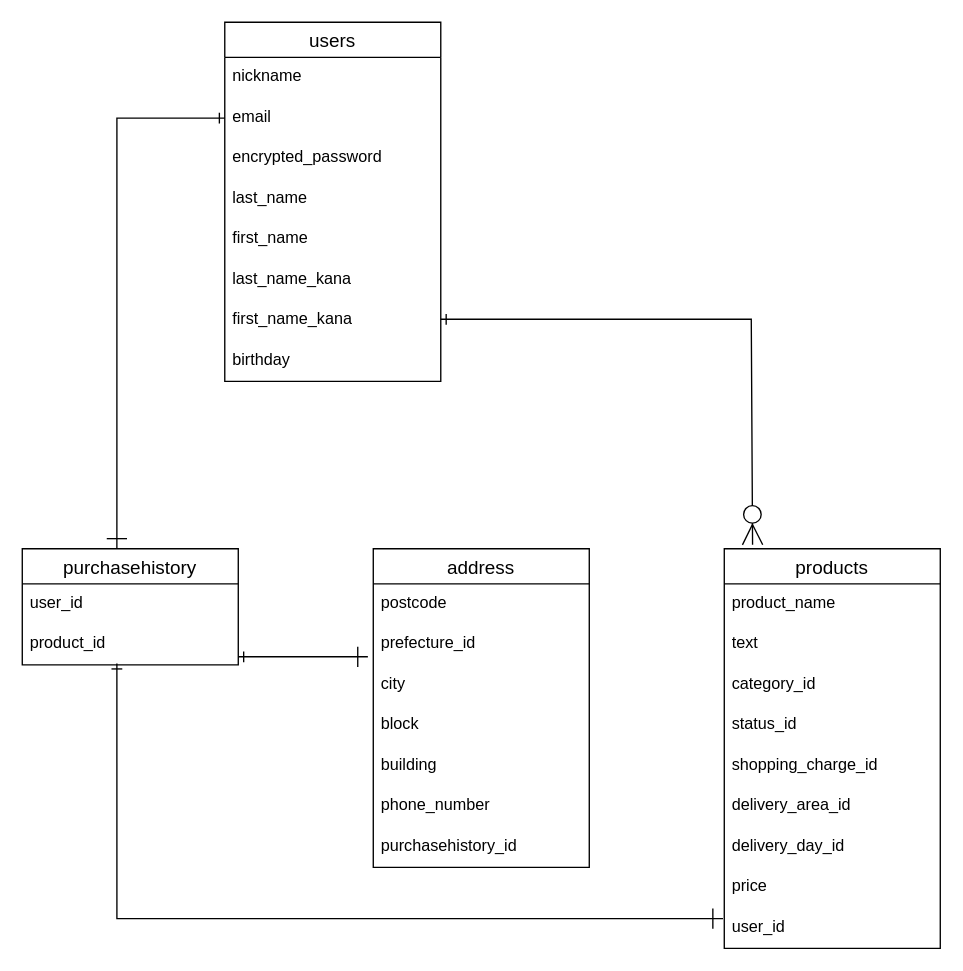
taro0712/furima-34959 keeps this draw.io diagram as furima_ER.dio. Above is the earlier version. Source tidied: cells renumbered, new cells numbered last; positions are measured from the earlier drawing's top-left corner, leaving out a move shared by most shapes. Both pictures are drawn from the tidied source at 135%, with x=0, y=0 at pixel (22, 22).
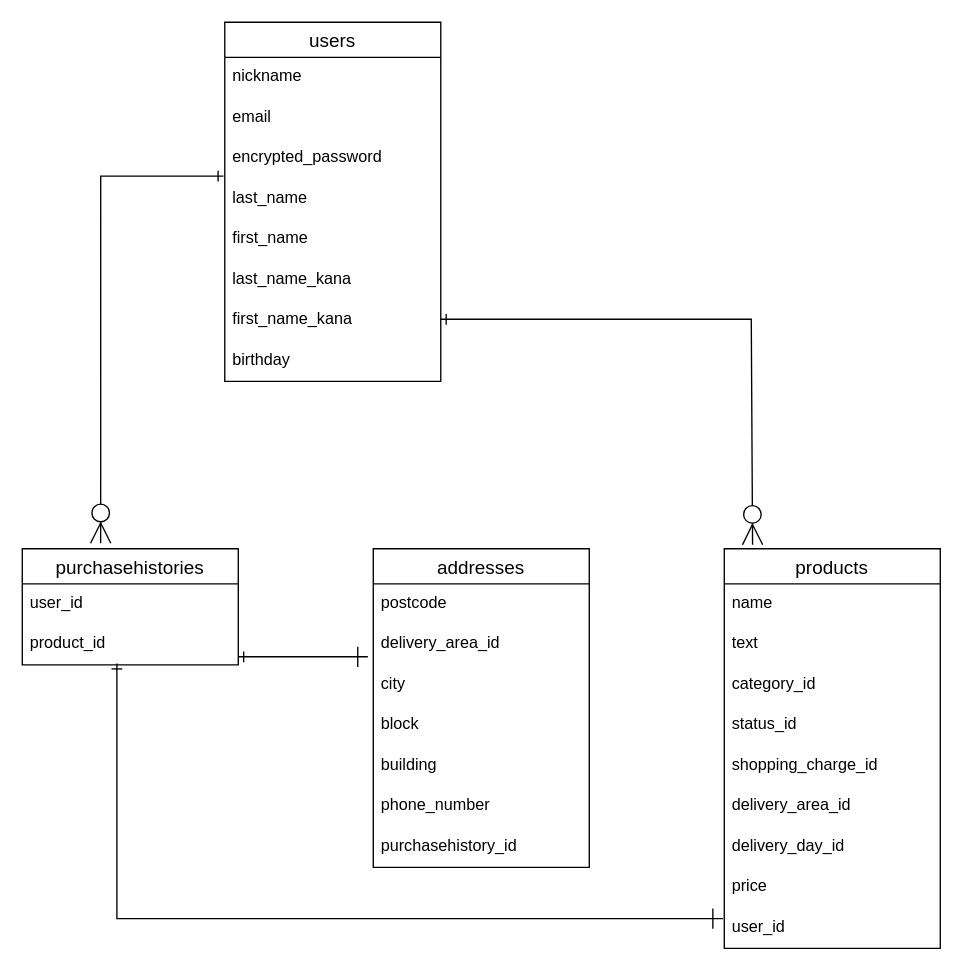
The same page after the edit.

Commit message (it also covers changes not shown here):
4回目2件の指摘修正

Unchanged cells that the change refers to:
```xml
<mxCell id="5" value="products" style="swimlane;fontStyle=0;horizontal=1;startSize=26;align=center;fontSize=14;" parent="1" vertex="1">
  <mxGeometry x="520" y="390" width="160" height="296" as="geometry" />
</mxCell>
<mxCell id="18" value="email" style="text;strokeColor=none;fillColor=none;spacingLeft=4;spacingRight=4;overflow=hidden;points=[[0,0.5],[1,0.5]];portConstraint=eastwest;fontSize=12;" parent="16" vertex="1">
  <mxGeometry y="56" width="160" height="30" as="geometry" />
</mxCell>
<mxCell id="20" value="last_name" style="text;strokeColor=none;fillColor=none;spacingLeft=4;spacingRight=4;overflow=hidden;points=[[0,0.5],[1,0.5]];portConstraint=eastwest;fontSize=12;" parent="16" vertex="1">
  <mxGeometry y="116" width="160" height="30" as="geometry" />
</mxCell>
```

Change to the diagram source:
```diff
@@
-    <mxCell id="2" value="purchasehistory" style="swimlane;fontStyle=0;horizontal=1;startSize=26;align=center;fontSize=14;" parent="1" vertex="1">
+    <mxCell id="2" value="purchasehistories" style="swimlane;fontStyle=0;horizontal=1;startSize=26;align=center;fontSize=14;" parent="1" vertex="1">
       <mxGeometry y="390" width="160" height="86" as="geometry" />
     </mxCell>
@@
-    <mxCell id="6" value="product_name" style="text;strokeColor=none;fillColor=none;spacingLeft=4;spacingRight=4;overflow=hidden;fontSize=12;" parent="5" vertex="1">
+    <mxCell id="6" value="name" style="text;strokeColor=none;fillColor=none;spacingLeft=4;spacingRight=4;overflow=hidden;fontSize=12;" parent="5" vertex="1">
       <mxGeometry y="26" width="160" height="30" as="geometry" />
     </mxCell>
@@
-    <mxCell id="25" value="address" style="swimlane;fontStyle=0;horizontal=1;startSize=26;align=center;fontSize=14;" parent="1" vertex="1">
+    <mxCell id="25" value="addresses" style="swimlane;fontStyle=0;horizontal=1;startSize=26;align=center;fontSize=14;" parent="1" vertex="1">
       <mxGeometry x="260" y="390" width="160" height="236" as="geometry" />
     </mxCell>
@@
-    <mxCell id="27" value="prefecture_id" style="text;strokeColor=none;fillColor=none;spacingLeft=4;spacingRight=4;overflow=hidden;points=[[0,0.5],[1,0.5]];portConstraint=eastwest;fontSize=12;" parent="25" vertex="1">
+    <mxCell id="27" value="delivery_area_id" style="text;strokeColor=none;fillColor=none;spacingLeft=4;spacingRight=4;overflow=hidden;points=[[0,0.5],[1,0.5]];portConstraint=eastwest;fontSize=12;" parent="25" vertex="1">
       <mxGeometry y="56" width="160" height="30" as="geometry" />
     </mxCell>
@@
-    <mxCell id="35" style="edgeStyle=segmentEdgeStyle;endArrow=ERone;html=1;startSize=6;endSize=13;exitX=0;exitY=0.5;exitDx=0;exitDy=0;entryX=0.438;entryY=0;entryDx=0;entryDy=0;rounded=0;endFill=0;startArrow=ERone;startFill=0;entryPerimeter=0;" parent="1" edge="1" source="18" target="2">
-      <mxGeometry relative="1" as="geometry" />
-    </mxCell>
+    <mxCell id="36" style="edgeStyle=segmentEdgeStyle;endArrow=ERzeroToMany;html=1;startSize=6;endSize=13;entryX=0.363;entryY=-0.047;entryDx=0;entryDy=0;entryPerimeter=0;exitX=-0.006;exitY=-0.067;exitDx=0;exitDy=0;exitPerimeter=0;rounded=0;startArrow=ERone;startFill=0;endFill=1;" parent="1" edge="1" source="20" target="2">
+      <mxGeometry relative="1" as="geometry" />
+    </mxCell>
```
